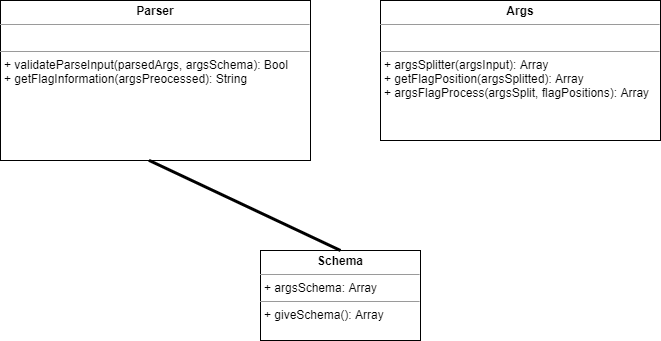
This is katas/args/samuel/classDiagram.drawio.png from fjcoding/AT-BC-LAT-01, a draw.io export, as it was before one commit. Source tidied: cells renumbered, new cells last; positions are measured from the earlier drawing's top-left corner, leaving out a move shared by most shapes.
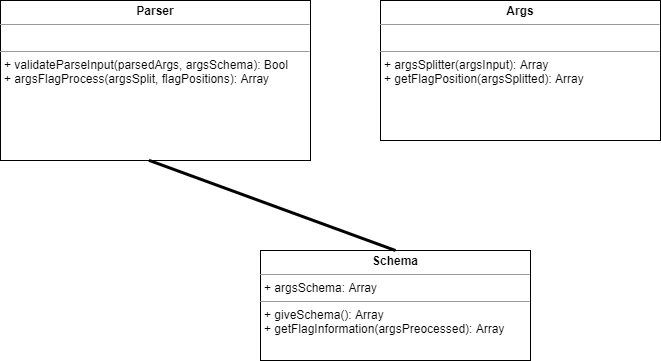
After the commit.

Commit message:
Added method getFlagAndValueType() in Schema class. Test passed

Change to the diagram source:
```diff
@@ -2,16 +2,16 @@
   <root>
     <mxCell id="0" />
     <mxCell id="1" parent="0" />
-    <mxCell id="2" value="&lt;p style=&quot;margin: 0px ; margin-top: 4px ; text-align: center&quot;&gt;&lt;b&gt;Schema&lt;/b&gt;&lt;/p&gt;&lt;hr size=&quot;1&quot;&gt;&lt;p style=&quot;margin: 0px ; margin-left: 4px&quot;&gt;+ argsSchema: Array&lt;/p&gt;&lt;hr size=&quot;1&quot;&gt;&lt;p style=&quot;margin: 0px ; margin-left: 4px&quot;&gt;+ giveSchema(): Array&lt;/p&gt;&lt;p style=&quot;margin: 0px ; margin-left: 4px&quot;&gt;&lt;br&gt;&lt;/p&gt;" style="verticalAlign=top;align=left;overflow=fill;fontSize=12;fontFamily=Helvetica;html=1;" parent="1" vertex="1">
-      <mxGeometry x="260" y="250" width="160" height="90" as="geometry" />
+    <mxCell id="2" value="&lt;p style=&quot;margin: 0px ; margin-top: 4px ; text-align: center&quot;&gt;&lt;b&gt;Schema&lt;/b&gt;&lt;/p&gt;&lt;hr size=&quot;1&quot;&gt;&lt;p style=&quot;margin: 0px ; margin-left: 4px&quot;&gt;+ argsSchema: Array&lt;/p&gt;&lt;hr size=&quot;1&quot;&gt;&lt;p style=&quot;margin: 0px ; margin-left: 4px&quot;&gt;+ giveSchema(): Array&lt;/p&gt;&lt;p style=&quot;margin: 0px ; margin-left: 4px&quot;&gt;+ getFlagInformation(argsPreocessed): Array&lt;br&gt;&lt;/p&gt;" style="verticalAlign=top;align=left;overflow=fill;fontSize=12;fontFamily=Helvetica;html=1;" parent="1" vertex="1">
+      <mxGeometry x="260" y="250" width="270" height="110" as="geometry" />
     </mxCell>
-    <mxCell id="3" value="&lt;p style=&quot;margin: 0px ; margin-top: 4px ; text-align: center&quot;&gt;&lt;b&gt;Parser&lt;/b&gt;&lt;/p&gt;&lt;hr size=&quot;1&quot;&gt;&lt;p style=&quot;margin: 0px ; margin-left: 4px&quot;&gt;&lt;br&gt;&lt;/p&gt;&lt;hr size=&quot;1&quot;&gt;&lt;p style=&quot;margin: 0px ; margin-left: 4px&quot;&gt;&lt;span&gt;+ validateParseInput(parsedArgs, argsSchema): Bool&lt;/span&gt;&lt;br&gt;&lt;/p&gt;&lt;p style=&quot;margin: 0px ; margin-left: 4px&quot;&gt;+ getFlagInformation(argsPreocessed): String&lt;span&gt;&lt;br&gt;&lt;/span&gt;&lt;/p&gt;&lt;p style=&quot;margin: 0px ; margin-left: 4px&quot;&gt;&lt;br&gt;&lt;/p&gt;&lt;p style=&quot;margin: 0px ; margin-left: 4px&quot;&gt;&lt;br&gt;&lt;/p&gt;" style="verticalAlign=top;align=left;overflow=fill;fontSize=12;fontFamily=Helvetica;html=1;" parent="1" vertex="1">
+    <mxCell id="3" value="&lt;p style=&quot;margin: 0px ; margin-top: 4px ; text-align: center&quot;&gt;&lt;b&gt;Parser&lt;/b&gt;&lt;/p&gt;&lt;hr size=&quot;1&quot;&gt;&lt;p style=&quot;margin: 0px ; margin-left: 4px&quot;&gt;&lt;br&gt;&lt;/p&gt;&lt;hr size=&quot;1&quot;&gt;&lt;p style=&quot;margin: 0px ; margin-left: 4px&quot;&gt;&lt;span&gt;+ validateParseInput(parsedArgs, argsSchema): Bool&lt;/span&gt;&lt;br&gt;&lt;/p&gt;&lt;p style=&quot;margin: 0px ; margin-left: 4px&quot;&gt;+ argsFlagProcess(argsSplit, flagPositions): Array&lt;span&gt;&lt;br&gt;&lt;/span&gt;&lt;/p&gt;&lt;p style=&quot;margin: 0px ; margin-left: 4px&quot;&gt;&lt;br&gt;&lt;/p&gt;&lt;p style=&quot;margin: 0px ; margin-left: 4px&quot;&gt;&lt;br&gt;&lt;/p&gt;" style="verticalAlign=top;align=left;overflow=fill;fontSize=12;fontFamily=Helvetica;html=1;" parent="1" vertex="1">
       <mxGeometry width="310" height="160" as="geometry" />
     </mxCell>
     <mxCell id="4" style="endArrow=none;startArrow=none;endFill=0;startFill=0;endSize=8;html=1;verticalAlign=bottom;labelBackgroundColor=none;strokeWidth=3;exitX=0.479;exitY=0.999;exitDx=0;exitDy=0;exitPerimeter=0;entryX=0.5;entryY=0;entryDx=0;entryDy=0;" parent="1" edge="1" source="3" target="2">
       <mxGeometry relative="1" as="geometry" />
     </mxCell>
-    <mxCell id="5" value="&lt;p style=&quot;margin: 0px ; margin-top: 4px ; text-align: center&quot;&gt;&lt;b&gt;Args&lt;/b&gt;&lt;/p&gt;&lt;hr size=&quot;1&quot;&gt;&lt;p style=&quot;margin: 0px ; margin-left: 4px&quot;&gt;&lt;br&gt;&lt;/p&gt;&lt;hr size=&quot;1&quot;&gt;&lt;p style=&quot;margin: 0px ; margin-left: 4px&quot;&gt;+ argsSplitter(argsInput): Array&lt;/p&gt;&lt;p style=&quot;margin: 0px ; margin-left: 4px&quot;&gt;+ getFlagPosition(argsSplitted): Array&lt;br&gt;&lt;/p&gt;&lt;p style=&quot;margin: 0px ; margin-left: 4px&quot;&gt;+ argsFlagProcess(argsSplit, flagPositions): Array&lt;br&gt;&lt;/p&gt;" style="verticalAlign=top;align=left;overflow=fill;fontSize=12;fontFamily=Helvetica;html=1;" parent="1" vertex="1">
+    <mxCell id="5" value="&lt;p style=&quot;margin: 0px ; margin-top: 4px ; text-align: center&quot;&gt;&lt;b&gt;Args&lt;/b&gt;&lt;/p&gt;&lt;hr size=&quot;1&quot;&gt;&lt;p style=&quot;margin: 0px ; margin-left: 4px&quot;&gt;&lt;br&gt;&lt;/p&gt;&lt;hr size=&quot;1&quot;&gt;&lt;p style=&quot;margin: 0px ; margin-left: 4px&quot;&gt;+ argsSplitter(argsInput): Array&lt;/p&gt;&lt;p style=&quot;margin: 0px ; margin-left: 4px&quot;&gt;+ getFlagPosition(argsSplitted): Array&lt;br&gt;&lt;/p&gt;&lt;p style=&quot;margin: 0px ; margin-left: 4px&quot;&gt;&lt;br&gt;&lt;/p&gt;&lt;p style=&quot;margin: 0px ; margin-left: 4px&quot;&gt;&lt;br&gt;&lt;/p&gt;" style="verticalAlign=top;align=left;overflow=fill;fontSize=12;fontFamily=Helvetica;html=1;" parent="1" vertex="1">
       <mxGeometry x="380" width="280" height="140" as="geometry" />
     </mxCell>
   </root>
```
